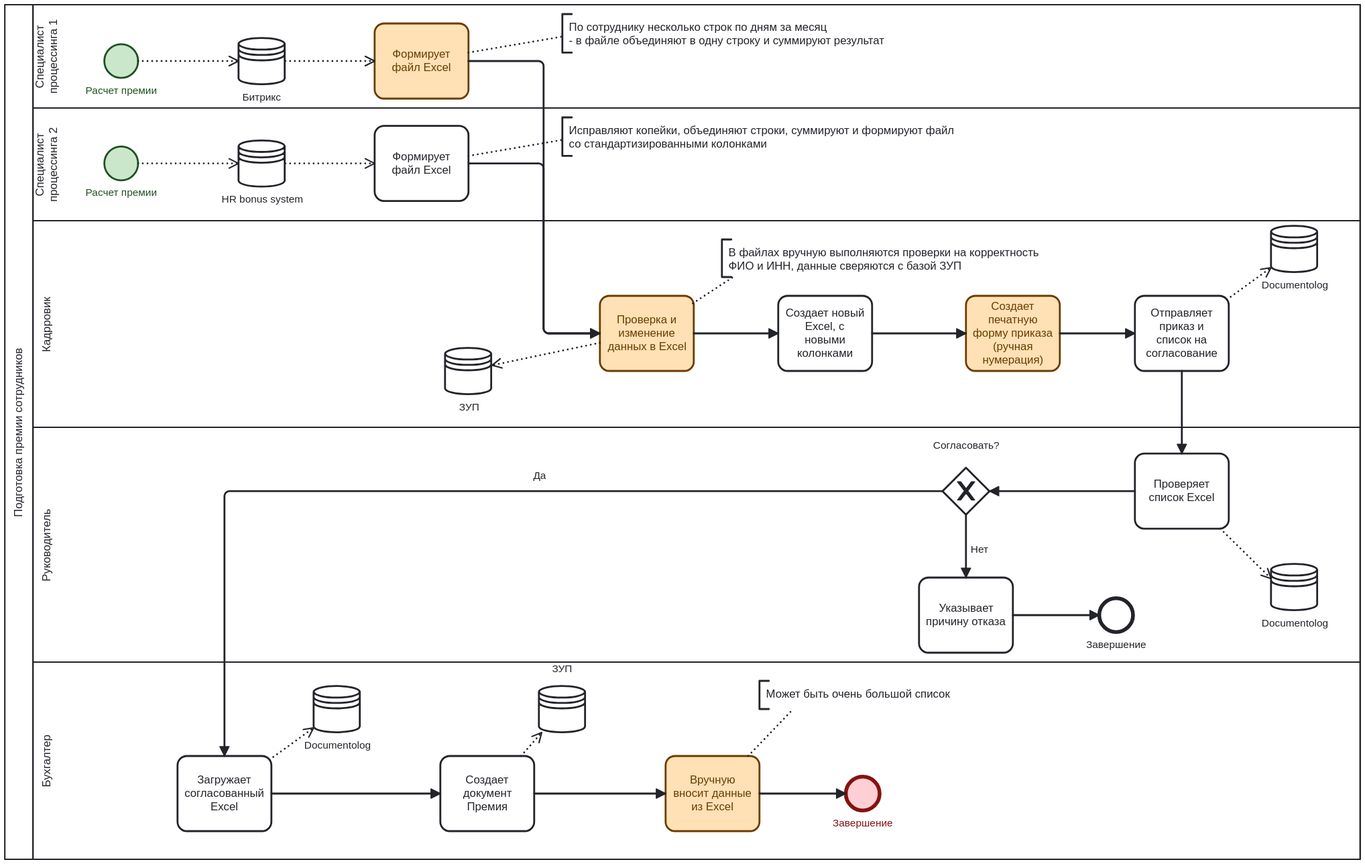
This is doc/BPMN/AS-IS.svg from gragdenyaru/vanessa-bootstrap, a BPMN export, as it was before one commit. Its source is kept beside it as doc/BPMN/AS-IS.bpmn. Ids are renumbered.
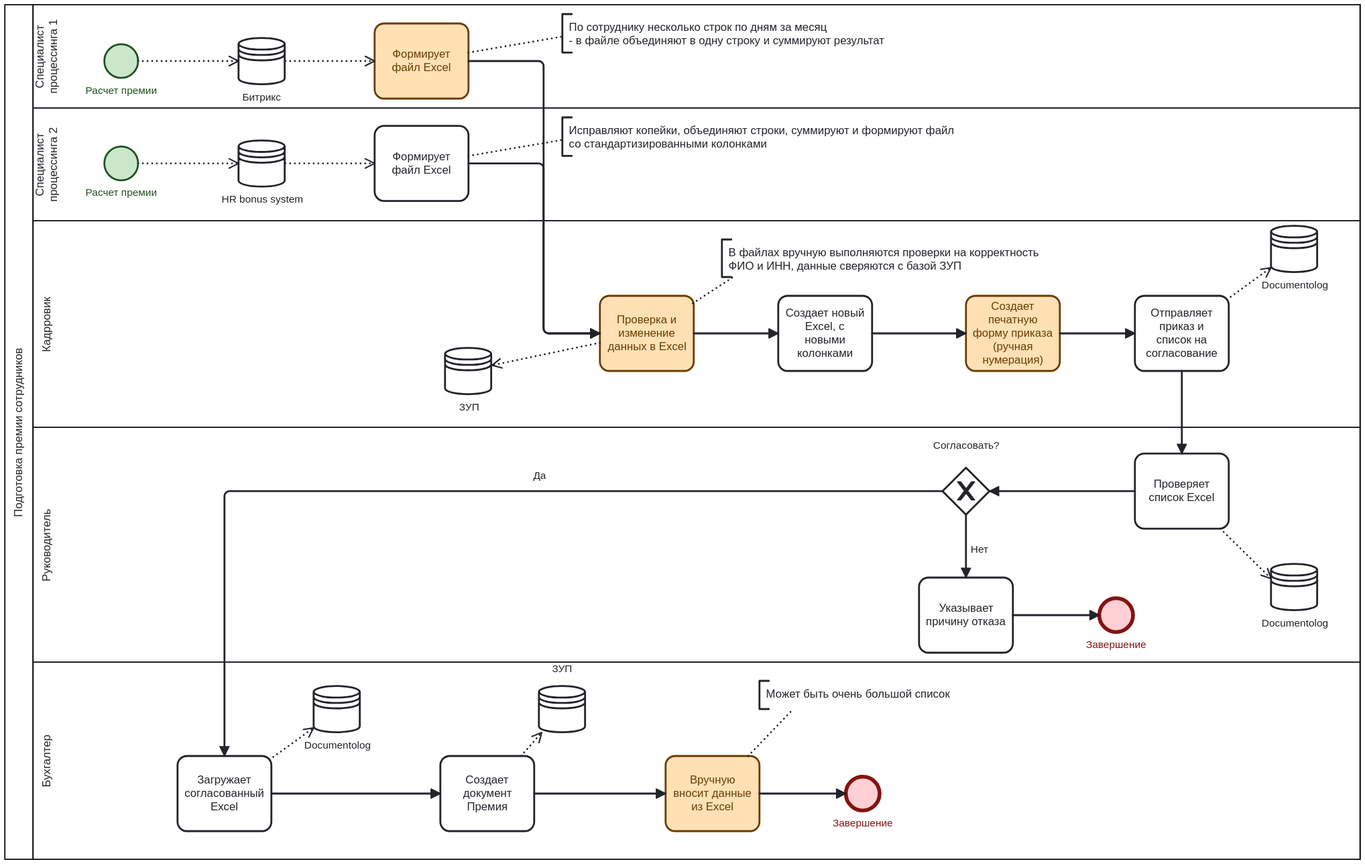
Later version of the same file.

The edit, as a diff of the source:
```diff
@@ -250,7 +250,7 @@
         <dc:Bounds x="1130" y="660" width="100" height="80" />
         <bpmndi:BPMNLabel />
       </bpmndi:BPMNShape>
-      <bpmndi:BPMNShape id="Event_n33_di" bpmnElement="Event_n33">
+      <bpmndi:BPMNShape id="Event_n33_di" bpmnElement="Event_n33" bioc:stroke="#831311" bioc:fill="#ffcdd2" color:background-color="#ffcdd2" color:border-color="#831311">
         <dc:Bounds x="1322" y="682" width="36" height="36" />
         <bpmndi:BPMNLabel>
           <dc:Bounds x="1308" y="725" width="64" height="14" />
```
